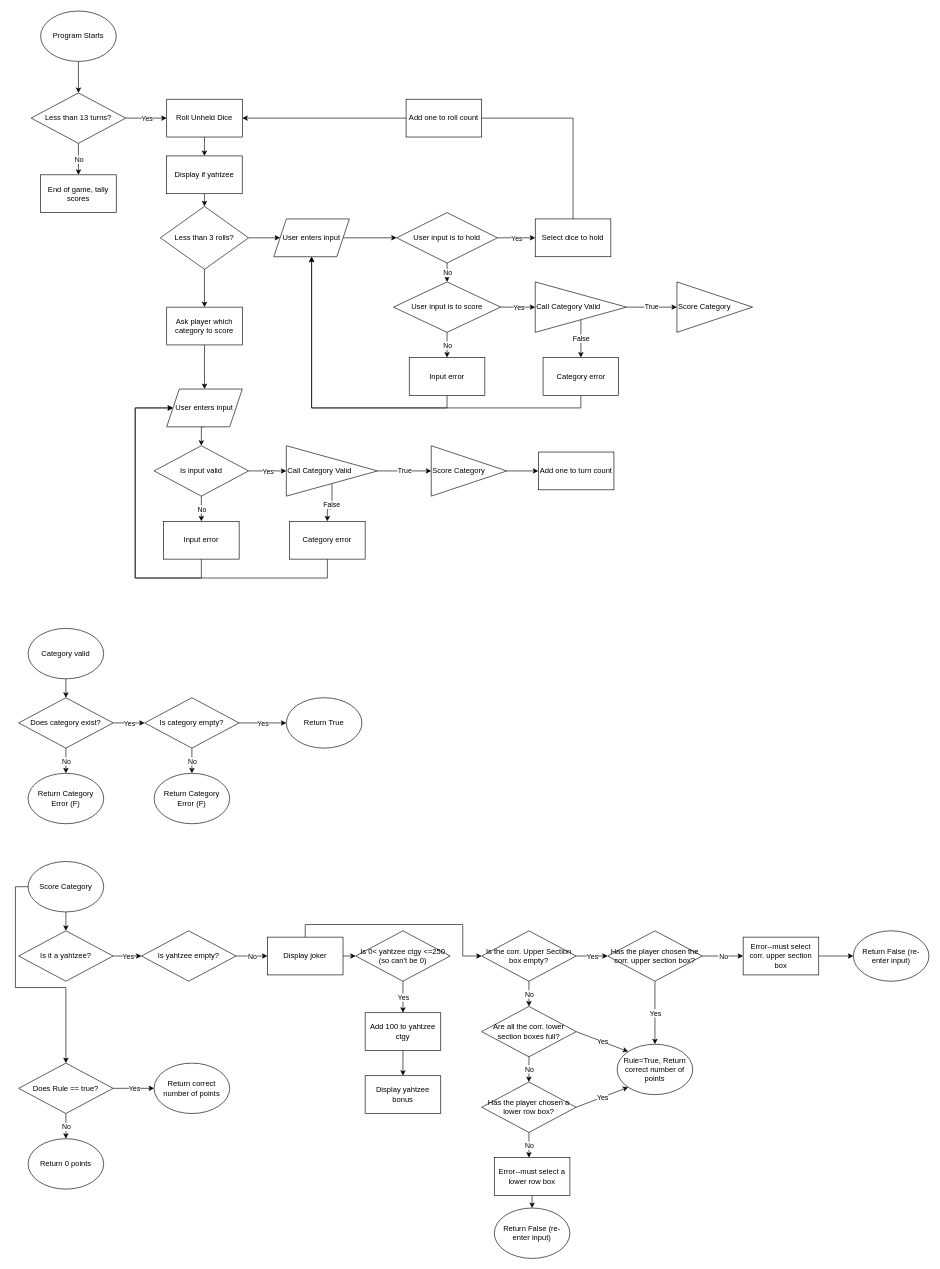
WronglyInspired/Yahtzee keeps this draw.io diagram as yahtzee.drawio. Above is the earlier version. Source tidied: cells renumbered, new cells numbered last; positions are measured from the earlier drawing's top-left corner, leaving out a move shared by most shapes. Both pictures are drawn from the tidied source at 63%, with x=0, y=0 at pixel (15, 11).
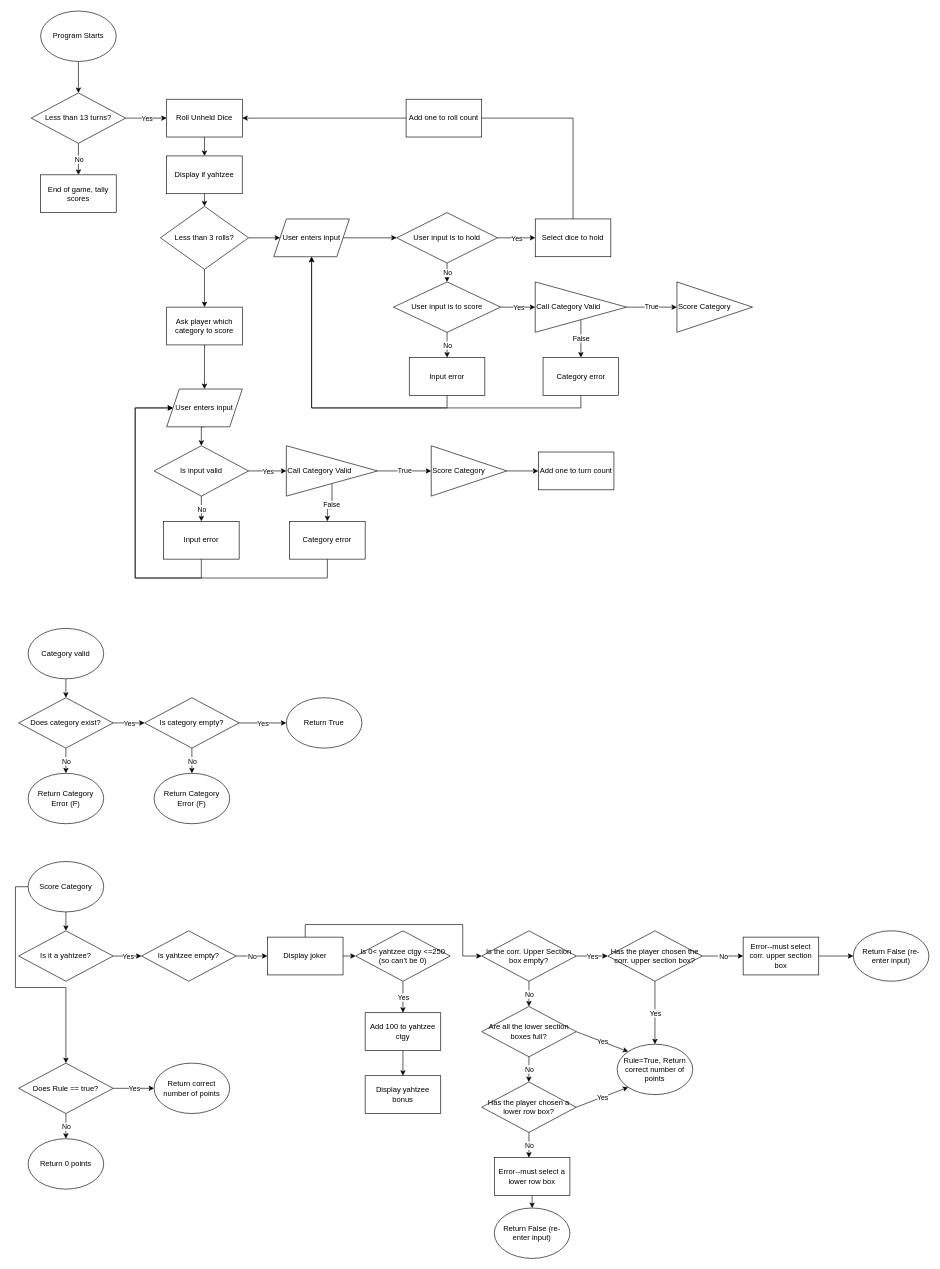
Above is the later version.

What changed in the source:
```diff
@@
-    <mxCell id="86" value="Are all the corr. lower section boxes full?" style="rhombus;whiteSpace=wrap;html=1;" parent="1" vertex="1">
+    <mxCell id="86" value="Are all the lower section boxes full?" style="rhombus;whiteSpace=wrap;html=1;" parent="1" vertex="1">
       <mxGeometry x="740.1" y="1580" width="150" height="80" as="geometry" />
     </mxCell>
```
